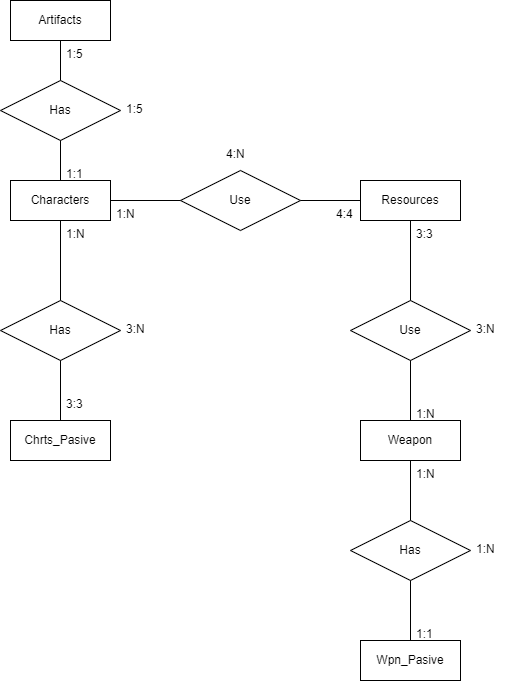
This is Imgs/Diagram Entity-Relation.png from TomNARiz/proyecto-ets-daw, a draw.io export, as it was before one commit. Source tidied: cells renumbered, new cells last; positions are measured from the earlier drawing's top-left corner, leaving out a move shared by most shapes.
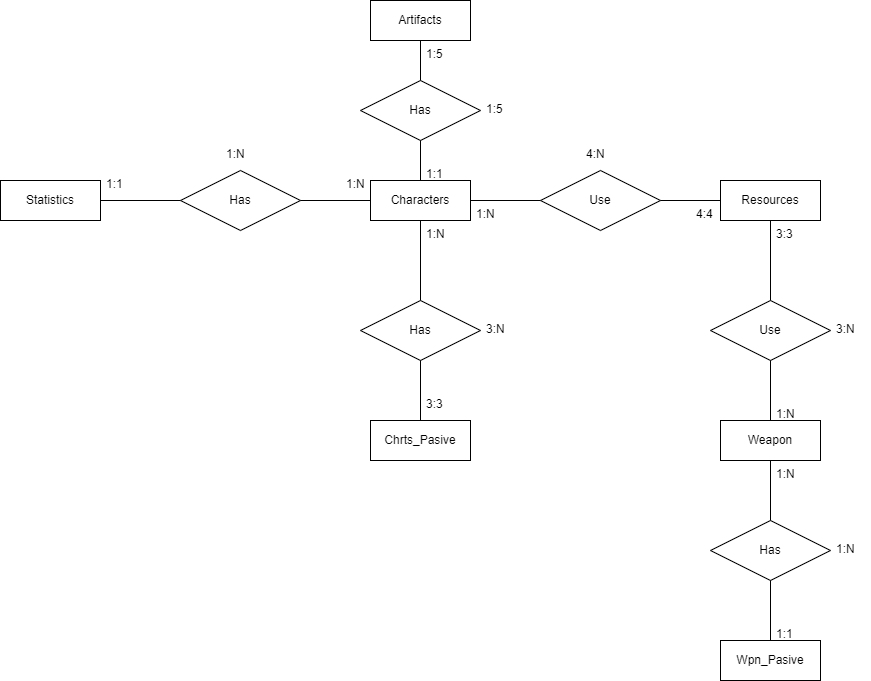
Above is the later version.

Change to the diagram source:
```diff
@@ -110,5 +110,26 @@
     <mxCell id="37" value="1:5" style="text;strokeColor=none;fillColor=none;spacingLeft=4;spacingRight=4;overflow=hidden;fontSize=12;" parent="1" vertex="1">
       <mxGeometry x="120" y="95" width="40" height="30" as="geometry" />
     </mxCell>
+    <mxCell id="38" value="Statistics" style="whiteSpace=wrap;html=1;align=center;" parent="1" vertex="1">
+      <mxGeometry x="-360" y="180" width="100" height="40" as="geometry" />
+    </mxCell>
+    <mxCell id="39" value="Has" style="shape=rhombus;perimeter=rhombusPerimeter;whiteSpace=wrap;html=1;align=center;" parent="1" vertex="1">
+      <mxGeometry x="-180" y="170" width="120" height="60" as="geometry" />
+    </mxCell>
+    <mxCell id="40" style="endArrow=none;html=1;rounded=0;entryX=0;entryY=0.5;entryDx=0;entryDy=0;exitX=1;exitY=0.5;exitDx=0;exitDy=0;" parent="1" edge="1" source="39" target="4">
+      <mxGeometry relative="1" as="geometry" />
+    </mxCell>
+    <mxCell id="41" style="endArrow=none;html=1;rounded=0;entryX=0;entryY=0.5;entryDx=0;entryDy=0;exitX=1;exitY=0.5;exitDx=0;exitDy=0;" parent="1" edge="1" source="38" target="39">
+      <mxGeometry relative="1" as="geometry" />
+    </mxCell>
+    <mxCell id="42" value="1:N" style="text;strokeColor=none;fillColor=none;spacingLeft=4;spacingRight=4;overflow=hidden;fontSize=12;" parent="1" vertex="1">
+      <mxGeometry x="-20" y="170" width="40" height="30" as="geometry" />
+    </mxCell>
+    <mxCell id="43" value="1:1" style="text;strokeColor=none;fillColor=none;spacingLeft=4;spacingRight=4;overflow=hidden;fontSize=12;" parent="1" vertex="1">
+      <mxGeometry x="-260" y="170" width="40" height="30" as="geometry" />
+    </mxCell>
+    <mxCell id="44" value="1:N" style="text;strokeColor=none;fillColor=none;spacingLeft=4;spacingRight=4;overflow=hidden;fontSize=12;" parent="1" vertex="1">
+      <mxGeometry x="-140" y="140" width="40" height="30" as="geometry" />
+    </mxCell>
   </root>
 </mxGraphModel>
```
